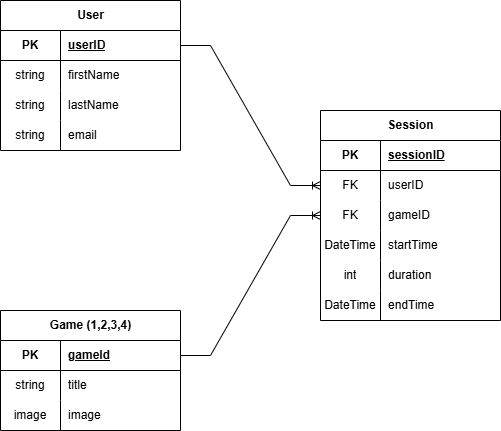
The draw.io diagram group-project-2/public/er-group-project-2.drawio.png in IdaSofieKarlsson/backend-sundsgarden-group-project-2, before a commit. Source tidied: cells renumbered, new cells last; positions are measured from the earlier drawing's top-left corner, leaving out a move shared by most shapes. Its diagram source:
```xml
<mxGraphModel>
  <root>
    <mxCell id="0" />
    <mxCell id="1" parent="0" />
    <mxCell id="2" value="User" style="shape=table;startSize=30;rowLines=0;fontStyle=1;align=center;html=1;" parent="1" vertex="1">
      <mxGeometry width="180" height="150" as="geometry" />
    </mxCell>
    <mxCell id="3" style="shape=tableRow;horizontal=0;startSize=0;swimlaneHead=0;swimlaneBody=0;fillColor=none;points=[[0,0.5],[1,0.5]];portConstraint=eastwest;top=0;left=0;right=0;bottom=1;" parent="2" vertex="1">
      <mxGeometry y="30" width="180" height="30" as="geometry" />
    </mxCell>
    <mxCell id="4" value="PK" style="shape=partialRectangle;fillColor=none;top=0;left=0;bottom=0;right=0;fontStyle=1;overflow=hidden;whiteSpace=wrap;html=1;" parent="3" vertex="1">
      <mxGeometry width="60" height="30" as="geometry" />
    </mxCell>
    <mxCell id="5" value="userID" style="shape=partialRectangle;fillColor=none;top=0;left=0;bottom=0;right=0;align=left;spacingLeft=6;fontStyle=5;overflow=hidden;whiteSpace=wrap;html=1;" parent="3" vertex="1">
      <mxGeometry x="60" width="120" height="30" as="geometry" />
    </mxCell>
    <mxCell id="6" style="shape=tableRow;horizontal=0;startSize=0;swimlaneHead=0;swimlaneBody=0;fillColor=none;top=0;left=0;right=0;bottom=0;" parent="2" vertex="1">
      <mxGeometry y="60" width="180" height="30" as="geometry" />
    </mxCell>
    <mxCell id="7" value="string" style="shape=partialRectangle;fillColor=none;top=0;left=0;bottom=0;right=0;overflow=hidden;whiteSpace=wrap;html=1;" parent="6" vertex="1">
      <mxGeometry width="60" height="30" as="geometry" />
    </mxCell>
    <mxCell id="8" value="firstName" style="shape=partialRectangle;fillColor=none;top=0;left=0;bottom=0;right=0;align=left;spacingLeft=6;overflow=hidden;whiteSpace=wrap;html=1;" parent="6" vertex="1">
      <mxGeometry x="60" width="120" height="30" as="geometry" />
    </mxCell>
    <mxCell id="9" style="shape=tableRow;horizontal=0;startSize=0;swimlaneHead=0;swimlaneBody=0;fillColor=none;top=0;left=0;right=0;bottom=0;" parent="2" vertex="1">
      <mxGeometry y="90" width="180" height="30" as="geometry" />
    </mxCell>
    <mxCell id="10" value="string" style="shape=partialRectangle;fillColor=none;top=0;left=0;bottom=0;right=0;overflow=hidden;whiteSpace=wrap;html=1;" parent="9" vertex="1">
      <mxGeometry width="60" height="30" as="geometry" />
    </mxCell>
    <mxCell id="11" value="lastName" style="shape=partialRectangle;fillColor=none;top=0;left=0;bottom=0;right=0;align=left;spacingLeft=6;overflow=hidden;whiteSpace=wrap;html=1;" parent="9" vertex="1">
      <mxGeometry x="60" width="120" height="30" as="geometry" />
    </mxCell>
    <mxCell id="12" style="shape=tableRow;horizontal=0;startSize=0;swimlaneHead=0;swimlaneBody=0;fillColor=none;top=0;left=0;right=0;bottom=0;" parent="2" vertex="1">
      <mxGeometry y="120" width="180" height="30" as="geometry" />
    </mxCell>
    <mxCell id="13" value="string" style="shape=partialRectangle;fillColor=none;top=0;left=0;bottom=0;right=0;overflow=hidden;whiteSpace=wrap;html=1;" parent="12" vertex="1">
      <mxGeometry width="60" height="30" as="geometry" />
    </mxCell>
    <mxCell id="14" value="email" style="shape=partialRectangle;fillColor=none;top=0;left=0;bottom=0;right=0;align=left;spacingLeft=6;overflow=hidden;whiteSpace=wrap;html=1;" parent="12" vertex="1">
      <mxGeometry x="60" width="120" height="30" as="geometry" />
    </mxCell>
    <mxCell id="15" value="Game (1,2,3,4)" style="shape=table;startSize=30;rowLines=0;fontStyle=1;align=center;html=1;" parent="1" vertex="1">
      <mxGeometry y="310" width="180" height="120" as="geometry" />
    </mxCell>
    <mxCell id="16" style="shape=tableRow;horizontal=0;startSize=0;swimlaneHead=0;swimlaneBody=0;fillColor=none;points=[[0,0.5],[1,0.5]];portConstraint=eastwest;top=0;left=0;right=0;bottom=1;" parent="15" vertex="1">
      <mxGeometry y="30" width="180" height="30" as="geometry" />
    </mxCell>
    <mxCell id="17" value="PK" style="shape=partialRectangle;fillColor=none;top=0;left=0;bottom=0;right=0;fontStyle=1;overflow=hidden;whiteSpace=wrap;html=1;" parent="16" vertex="1">
      <mxGeometry width="60" height="30" as="geometry" />
    </mxCell>
    <mxCell id="18" value="gameId" style="shape=partialRectangle;fillColor=none;top=0;left=0;bottom=0;right=0;align=left;spacingLeft=6;fontStyle=5;overflow=hidden;whiteSpace=wrap;html=1;" parent="16" vertex="1">
      <mxGeometry x="60" width="120" height="30" as="geometry" />
    </mxCell>
    <mxCell id="19" style="shape=tableRow;horizontal=0;startSize=0;swimlaneHead=0;swimlaneBody=0;fillColor=none;top=0;left=0;right=0;bottom=0;" parent="15" vertex="1">
      <mxGeometry y="60" width="180" height="30" as="geometry" />
    </mxCell>
    <mxCell id="20" value="string" style="shape=partialRectangle;fillColor=none;top=0;left=0;bottom=0;right=0;overflow=hidden;whiteSpace=wrap;html=1;" parent="19" vertex="1">
      <mxGeometry width="60" height="30" as="geometry" />
    </mxCell>
    <mxCell id="21" value="title" style="shape=partialRectangle;fillColor=none;top=0;left=0;bottom=0;right=0;align=left;spacingLeft=6;overflow=hidden;whiteSpace=wrap;html=1;" parent="19" vertex="1">
      <mxGeometry x="60" width="120" height="30" as="geometry" />
    </mxCell>
    <mxCell id="22" style="shape=tableRow;horizontal=0;startSize=0;swimlaneHead=0;swimlaneBody=0;fillColor=none;top=0;left=0;right=0;bottom=0;" parent="15" vertex="1">
      <mxGeometry y="90" width="180" height="30" as="geometry" />
    </mxCell>
    <mxCell id="23" value="image" style="shape=partialRectangle;fillColor=none;top=0;left=0;bottom=0;right=0;overflow=hidden;whiteSpace=wrap;html=1;" parent="22" vertex="1">
      <mxGeometry width="60" height="30" as="geometry" />
    </mxCell>
    <mxCell id="24" value="image" style="shape=partialRectangle;fillColor=none;top=0;left=0;bottom=0;right=0;align=left;spacingLeft=6;overflow=hidden;whiteSpace=wrap;html=1;" parent="22" vertex="1">
      <mxGeometry x="60" width="120" height="30" as="geometry" />
    </mxCell>
    <mxCell id="25" value="Session" style="shape=table;startSize=30;rowLines=0;fontStyle=1;align=center;html=1;" parent="1" vertex="1">
      <mxGeometry x="320" y="110" width="180" height="210" as="geometry" />
    </mxCell>
    <mxCell id="26" style="shape=tableRow;horizontal=0;startSize=0;swimlaneHead=0;swimlaneBody=0;fillColor=none;top=0;left=0;right=0;bottom=1;" parent="25" vertex="1">
      <mxGeometry y="30" width="180" height="30" as="geometry" />
    </mxCell>
    <mxCell id="27" value="PK" style="shape=partialRectangle;fillColor=none;top=0;left=0;bottom=0;right=0;fontStyle=1;overflow=hidden;whiteSpace=wrap;html=1;" parent="26" vertex="1">
      <mxGeometry width="60" height="30" as="geometry" />
    </mxCell>
    <mxCell id="28" value="sessionID" style="shape=partialRectangle;fillColor=none;top=0;left=0;bottom=0;right=0;align=left;spacingLeft=6;fontStyle=5;overflow=hidden;whiteSpace=wrap;html=1;" parent="26" vertex="1">
      <mxGeometry x="60" width="120" height="30" as="geometry" />
    </mxCell>
    <mxCell id="29" style="shape=tableRow;horizontal=0;startSize=0;swimlaneHead=0;swimlaneBody=0;fillColor=none;points=[[0,0.5],[1,0.5]];portConstraint=eastwest;top=0;left=0;right=0;bottom=0;" parent="25" vertex="1">
      <mxGeometry y="60" width="180" height="30" as="geometry" />
    </mxCell>
    <mxCell id="30" value="FK" style="shape=partialRectangle;fillColor=none;top=0;left=0;bottom=0;right=0;overflow=hidden;whiteSpace=wrap;html=1;" parent="29" vertex="1">
      <mxGeometry width="60" height="30" as="geometry" />
    </mxCell>
    <mxCell id="31" value="userID" style="shape=partialRectangle;fillColor=none;top=0;left=0;bottom=0;right=0;align=left;spacingLeft=6;overflow=hidden;whiteSpace=wrap;html=1;" parent="29" vertex="1">
      <mxGeometry x="60" width="120" height="30" as="geometry" />
    </mxCell>
    <mxCell id="32" style="shape=tableRow;horizontal=0;startSize=0;swimlaneHead=0;swimlaneBody=0;fillColor=none;points=[[0,0.5],[1,0.5]];portConstraint=eastwest;top=0;left=0;right=0;bottom=0;" parent="25" vertex="1">
      <mxGeometry y="90" width="180" height="30" as="geometry" />
    </mxCell>
    <mxCell id="33" value="FK" style="shape=partialRectangle;fillColor=none;top=0;left=0;bottom=0;right=0;overflow=hidden;whiteSpace=wrap;html=1;" parent="32" vertex="1">
      <mxGeometry width="60" height="30" as="geometry" />
    </mxCell>
    <mxCell id="34" value="gameID" style="shape=partialRectangle;fillColor=none;top=0;left=0;bottom=0;right=0;align=left;spacingLeft=6;overflow=hidden;whiteSpace=wrap;html=1;" parent="32" vertex="1">
      <mxGeometry x="60" width="120" height="30" as="geometry" />
    </mxCell>
    <mxCell id="35" style="shape=tableRow;horizontal=0;startSize=0;swimlaneHead=0;swimlaneBody=0;fillColor=none;top=0;left=0;right=0;bottom=0;" parent="25" vertex="1">
      <mxGeometry y="120" width="180" height="30" as="geometry" />
    </mxCell>
    <mxCell id="36" value="DateTime" style="shape=partialRectangle;fillColor=none;top=0;left=0;bottom=0;right=0;overflow=hidden;whiteSpace=wrap;html=1;" parent="35" vertex="1">
      <mxGeometry width="60" height="30" as="geometry" />
    </mxCell>
    <mxCell id="37" value="startTime" style="shape=partialRectangle;fillColor=none;top=0;left=0;bottom=0;right=0;align=left;spacingLeft=6;overflow=hidden;whiteSpace=wrap;html=1;" parent="35" vertex="1">
      <mxGeometry x="60" width="120" height="30" as="geometry" />
    </mxCell>
    <mxCell id="38" style="shape=tableRow;horizontal=0;startSize=0;swimlaneHead=0;swimlaneBody=0;fillColor=none;top=0;left=0;right=0;bottom=0;" parent="25" vertex="1">
      <mxGeometry y="150" width="180" height="30" as="geometry" />
    </mxCell>
    <mxCell id="39" value="int" style="shape=partialRectangle;fillColor=none;top=0;left=0;bottom=0;right=0;overflow=hidden;whiteSpace=wrap;html=1;" parent="38" vertex="1">
      <mxGeometry width="60" height="30" as="geometry" />
    </mxCell>
    <mxCell id="40" value="duration" style="shape=partialRectangle;fillColor=none;top=0;left=0;bottom=0;right=0;align=left;spacingLeft=6;overflow=hidden;whiteSpace=wrap;html=1;" parent="38" vertex="1">
      <mxGeometry x="60" width="120" height="30" as="geometry" />
    </mxCell>
    <mxCell id="41" style="shape=tableRow;horizontal=0;startSize=0;swimlaneHead=0;swimlaneBody=0;fillColor=none;top=0;left=0;right=0;bottom=0;" parent="25" vertex="1">
      <mxGeometry y="180" width="180" height="30" as="geometry" />
    </mxCell>
    <mxCell id="42" value="DateTime" style="shape=partialRectangle;fillColor=none;top=0;left=0;bottom=0;right=0;overflow=hidden;whiteSpace=wrap;html=1;" parent="41" vertex="1">
      <mxGeometry width="60" height="30" as="geometry" />
    </mxCell>
    <mxCell id="43" value="endTime" style="shape=partialRectangle;fillColor=none;top=0;left=0;bottom=0;right=0;align=left;spacingLeft=6;overflow=hidden;whiteSpace=wrap;html=1;" parent="41" vertex="1">
      <mxGeometry x="60" width="120" height="30" as="geometry" />
    </mxCell>
    <mxCell id="44" style="edgeStyle=entityRelationEdgeStyle;fontSize=12;html=1;endArrow=ERoneToMany;rounded=0;exitX=1;exitY=0.5;exitDx=0;exitDy=0;entryX=0;entryY=0.5;entryDx=0;entryDy=0;" parent="1" edge="1" source="3" target="29">
      <mxGeometry relative="1" as="geometry" />
    </mxCell>
    <mxCell id="45" style="edgeStyle=entityRelationEdgeStyle;fontSize=12;html=1;endArrow=ERoneToMany;rounded=0;exitX=1;exitY=0.5;exitDx=0;exitDy=0;" parent="1" edge="1" source="16" target="32">
      <mxGeometry relative="1" as="geometry" />
    </mxCell>
  </root>
</mxGraphModel>
```
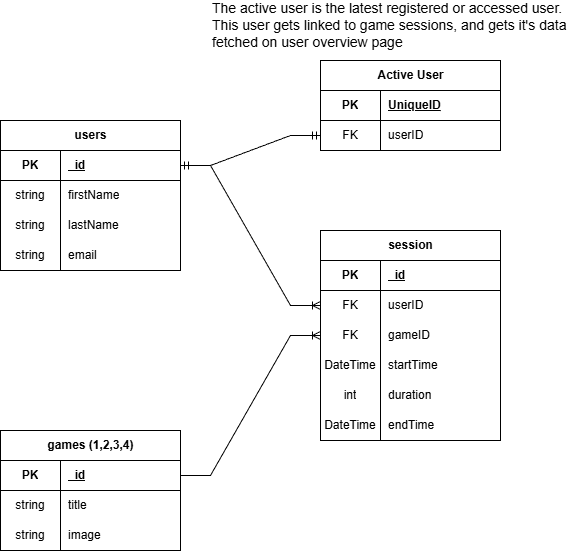
After the change.

Commit message:
new ERD diagram

The edit, as a diff of the source:
```diff
@@ -2,7 +2,7 @@
   <root>
     <mxCell id="0" />
     <mxCell id="1" parent="0" />
-    <mxCell id="2" value="User" style="shape=table;startSize=30;rowLines=0;fontStyle=1;align=center;html=1;" parent="1" vertex="1">
+    <mxCell id="2" value="users" style="shape=table;startSize=30;rowLines=0;fontStyle=1;align=center;html=1;" parent="1" vertex="1">
       <mxGeometry width="180" height="150" as="geometry" />
     </mxCell>
     <mxCell id="3" style="shape=tableRow;horizontal=0;startSize=0;swimlaneHead=0;swimlaneBody=0;fillColor=none;points=[[0,0.5],[1,0.5]];portConstraint=eastwest;top=0;left=0;right=0;bottom=1;" parent="2" vertex="1">
@@ -11,7 +11,7 @@
     <mxCell id="4" value="PK" style="shape=partialRectangle;fillColor=none;top=0;left=0;bottom=0;right=0;fontStyle=1;overflow=hidden;whiteSpace=wrap;html=1;" parent="3" vertex="1">
       <mxGeometry width="60" height="30" as="geometry" />
     </mxCell>
-    <mxCell id="5" value="userID" style="shape=partialRectangle;fillColor=none;top=0;left=0;bottom=0;right=0;align=left;spacingLeft=6;fontStyle=5;overflow=hidden;whiteSpace=wrap;html=1;" parent="3" vertex="1">
+    <mxCell id="5" value="_id" style="shape=partialRectangle;fillColor=none;top=0;left=0;bottom=0;right=0;align=left;spacingLeft=6;fontStyle=5;overflow=hidden;whiteSpace=wrap;html=1;" parent="3" vertex="1">
       <mxGeometry x="60" width="120" height="30" as="geometry" />
     </mxCell>
     <mxCell id="6" style="shape=tableRow;horizontal=0;startSize=0;swimlaneHead=0;swimlaneBody=0;fillColor=none;top=0;left=0;right=0;bottom=0;" parent="2" vertex="1">
@@ -41,7 +41,7 @@
     <mxCell id="14" value="email" style="shape=partialRectangle;fillColor=none;top=0;left=0;bottom=0;right=0;align=left;spacingLeft=6;overflow=hidden;whiteSpace=wrap;html=1;" parent="12" vertex="1">
       <mxGeometry x="60" width="120" height="30" as="geometry" />
     </mxCell>
-    <mxCell id="15" value="Game (1,2,3,4)" style="shape=table;startSize=30;rowLines=0;fontStyle=1;align=center;html=1;" parent="1" vertex="1">
+    <mxCell id="15" value="games (1,2,3,4)" style="shape=table;startSize=30;rowLines=0;fontStyle=1;align=center;html=1;" parent="1" vertex="1">
       <mxGeometry y="310" width="180" height="120" as="geometry" />
     </mxCell>
     <mxCell id="16" style="shape=tableRow;horizontal=0;startSize=0;swimlaneHead=0;swimlaneBody=0;fillColor=none;points=[[0,0.5],[1,0.5]];portConstraint=eastwest;top=0;left=0;right=0;bottom=1;" parent="15" vertex="1">
@@ -50,7 +50,7 @@
     <mxCell id="17" value="PK" style="shape=partialRectangle;fillColor=none;top=0;left=0;bottom=0;right=0;fontStyle=1;overflow=hidden;whiteSpace=wrap;html=1;" parent="16" vertex="1">
       <mxGeometry width="60" height="30" as="geometry" />
     </mxCell>
-    <mxCell id="18" value="gameId" style="shape=partialRectangle;fillColor=none;top=0;left=0;bottom=0;right=0;align=left;spacingLeft=6;fontStyle=5;overflow=hidden;whiteSpace=wrap;html=1;" parent="16" vertex="1">
+    <mxCell id="18" value="_id" style="shape=partialRectangle;fillColor=none;top=0;left=0;bottom=0;right=0;align=left;spacingLeft=6;fontStyle=5;overflow=hidden;whiteSpace=wrap;html=1;" parent="16" vertex="1">
       <mxGeometry x="60" width="120" height="30" as="geometry" />
     </mxCell>
     <mxCell id="19" style="shape=tableRow;horizontal=0;startSize=0;swimlaneHead=0;swimlaneBody=0;fillColor=none;top=0;left=0;right=0;bottom=0;" parent="15" vertex="1">
@@ -65,13 +65,13 @@
     <mxCell id="22" style="shape=tableRow;horizontal=0;startSize=0;swimlaneHead=0;swimlaneBody=0;fillColor=none;top=0;left=0;right=0;bottom=0;" parent="15" vertex="1">
       <mxGeometry y="90" width="180" height="30" as="geometry" />
     </mxCell>
-    <mxCell id="23" value="image" style="shape=partialRectangle;fillColor=none;top=0;left=0;bottom=0;right=0;overflow=hidden;whiteSpace=wrap;html=1;" parent="22" vertex="1">
+    <mxCell id="23" value="string" style="shape=partialRectangle;fillColor=none;top=0;left=0;bottom=0;right=0;overflow=hidden;whiteSpace=wrap;html=1;" parent="22" vertex="1">
       <mxGeometry width="60" height="30" as="geometry" />
     </mxCell>
     <mxCell id="24" value="image" style="shape=partialRectangle;fillColor=none;top=0;left=0;bottom=0;right=0;align=left;spacingLeft=6;overflow=hidden;whiteSpace=wrap;html=1;" parent="22" vertex="1">
       <mxGeometry x="60" width="120" height="30" as="geometry" />
     </mxCell>
-    <mxCell id="25" value="Session" style="shape=table;startSize=30;rowLines=0;fontStyle=1;align=center;html=1;" parent="1" vertex="1">
+    <mxCell id="25" value="session" style="shape=table;startSize=30;rowLines=0;fontStyle=1;align=center;html=1;" parent="1" vertex="1">
       <mxGeometry x="320" y="110" width="180" height="210" as="geometry" />
     </mxCell>
     <mxCell id="26" style="shape=tableRow;horizontal=0;startSize=0;swimlaneHead=0;swimlaneBody=0;fillColor=none;top=0;left=0;right=0;bottom=1;" parent="25" vertex="1">
@@ -80,7 +80,7 @@
     <mxCell id="27" value="PK" style="shape=partialRectangle;fillColor=none;top=0;left=0;bottom=0;right=0;fontStyle=1;overflow=hidden;whiteSpace=wrap;html=1;" parent="26" vertex="1">
       <mxGeometry width="60" height="30" as="geometry" />
     </mxCell>
-    <mxCell id="28" value="sessionID" style="shape=partialRectangle;fillColor=none;top=0;left=0;bottom=0;right=0;align=left;spacingLeft=6;fontStyle=5;overflow=hidden;whiteSpace=wrap;html=1;" parent="26" vertex="1">
+    <mxCell id="28" value="_id" style="shape=partialRectangle;fillColor=none;top=0;left=0;bottom=0;right=0;align=left;spacingLeft=6;fontStyle=5;overflow=hidden;whiteSpace=wrap;html=1;" parent="26" vertex="1">
       <mxGeometry x="60" width="120" height="30" as="geometry" />
     </mxCell>
     <mxCell id="29" style="shape=tableRow;horizontal=0;startSize=0;swimlaneHead=0;swimlaneBody=0;fillColor=none;points=[[0,0.5],[1,0.5]];portConstraint=eastwest;top=0;left=0;right=0;bottom=0;" parent="25" vertex="1">
@@ -134,5 +134,32 @@
     <mxCell id="45" style="edgeStyle=entityRelationEdgeStyle;fontSize=12;html=1;endArrow=ERoneToMany;rounded=0;exitX=1;exitY=0.5;exitDx=0;exitDy=0;" parent="1" edge="1" source="16" target="32">
       <mxGeometry relative="1" as="geometry" />
     </mxCell>
+    <mxCell id="46" value="Active User" style="shape=table;startSize=30;rowLines=0;fontStyle=1;align=center;html=1;" parent="1" vertex="1">
+      <mxGeometry x="320" y="-60" width="180" height="90" as="geometry" />
+    </mxCell>
+    <mxCell id="47" style="shape=tableRow;horizontal=0;startSize=0;swimlaneHead=0;swimlaneBody=0;fillColor=none;top=0;left=0;right=0;bottom=1;" parent="46" vertex="1">
+      <mxGeometry y="30" width="180" height="30" as="geometry" />
+    </mxCell>
+    <mxCell id="48" value="PK" style="shape=partialRectangle;fillColor=none;top=0;left=0;bottom=0;right=0;fontStyle=1;overflow=hidden;whiteSpace=wrap;html=1;" parent="47" vertex="1">
+      <mxGeometry width="60" height="30" as="geometry" />
+    </mxCell>
+    <mxCell id="49" value="UniqueID" style="shape=partialRectangle;fillColor=none;top=0;left=0;bottom=0;right=0;align=left;spacingLeft=6;fontStyle=5;overflow=hidden;whiteSpace=wrap;html=1;" parent="47" vertex="1">
+      <mxGeometry x="60" width="120" height="30" as="geometry" />
+    </mxCell>
+    <mxCell id="50" style="shape=tableRow;horizontal=0;startSize=0;swimlaneHead=0;swimlaneBody=0;fillColor=none;points=[[0,0.5],[1,0.5]];portConstraint=eastwest;top=0;left=0;right=0;bottom=0;" parent="46" vertex="1">
+      <mxGeometry y="60" width="180" height="30" as="geometry" />
+    </mxCell>
+    <mxCell id="51" value="FK" style="shape=partialRectangle;fillColor=none;top=0;left=0;bottom=0;right=0;overflow=hidden;whiteSpace=wrap;html=1;" parent="50" vertex="1">
+      <mxGeometry width="60" height="30" as="geometry" />
+    </mxCell>
+    <mxCell id="52" value="userID" style="shape=partialRectangle;fillColor=none;top=0;left=0;bottom=0;right=0;align=left;spacingLeft=6;overflow=hidden;whiteSpace=wrap;html=1;" parent="50" vertex="1">
+      <mxGeometry x="60" width="120" height="30" as="geometry" />
+    </mxCell>
+    <mxCell id="53" style="edgeStyle=entityRelationEdgeStyle;fontSize=12;html=1;endArrow=ERmandOne;startArrow=ERmandOne;rounded=0;entryX=0;entryY=0.5;entryDx=0;entryDy=0;exitX=1;exitY=0.5;exitDx=0;exitDy=0;" parent="1" edge="1" source="3" target="50">
+      <mxGeometry relative="1" as="geometry" />
+    </mxCell>
+    <mxCell id="54" value="&lt;font style=&quot;font-size: 14px;&quot;&gt;The active user is the latest registered or accessed user. This user gets linked to game sessions, and gets it's data fetched on user overview page&lt;/font&gt;" style="text;html=1;whiteSpace=wrap;strokeColor=none;fillColor=none;align=left;verticalAlign=middle;rounded=0;" parent="1" vertex="1">
+      <mxGeometry x="210" y="-110" width="370" height="30" as="geometry" />
+    </mxCell>
   </root>
 </mxGraphModel>
```
